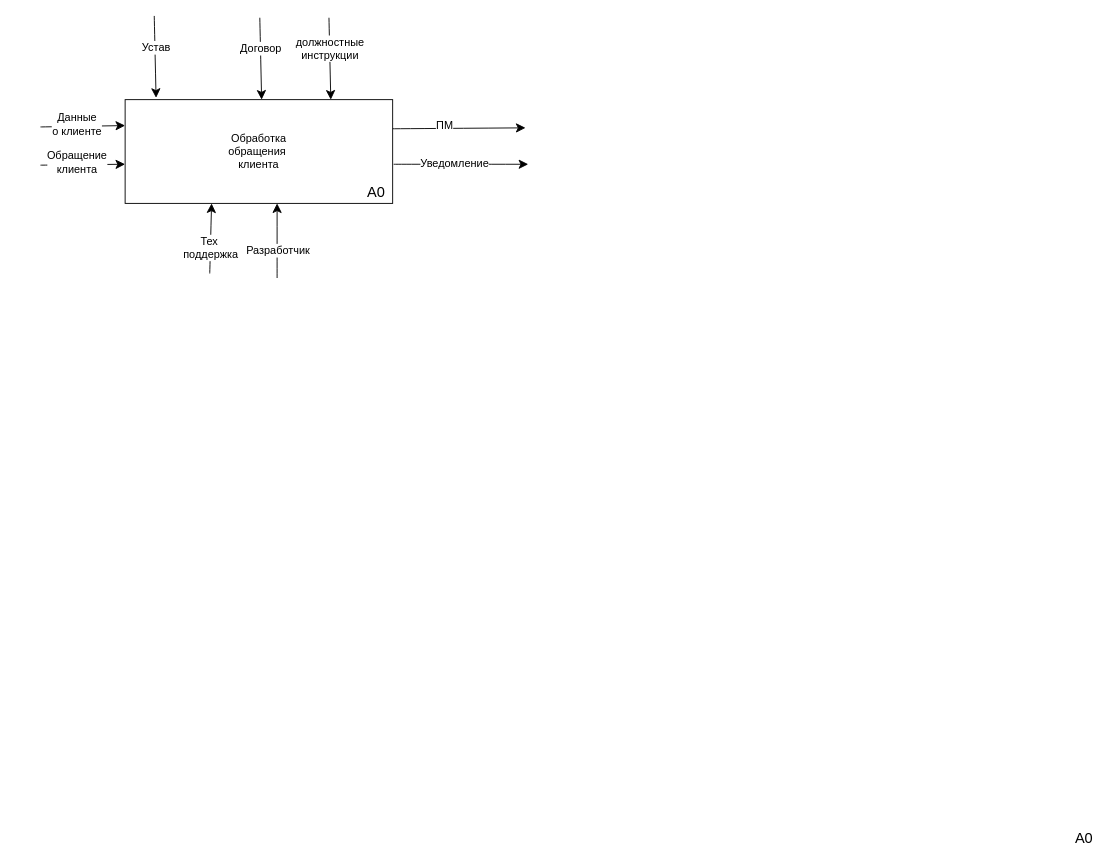
Earlier version of the draw.io diagram page "as а0" (1 of 4) of ДИПЛОМ/Новая папка/idef0.drawio (semenovMaksWeb/biti). Source tidied: cells renumbered, new cells numbered last; positions are measured from the earlier drawing's top-left corner, leaving out a move shared by most shapes. Both pictures are drawn from the tidied source at 91%, with x=0, y=0 at pixel (40, 15).
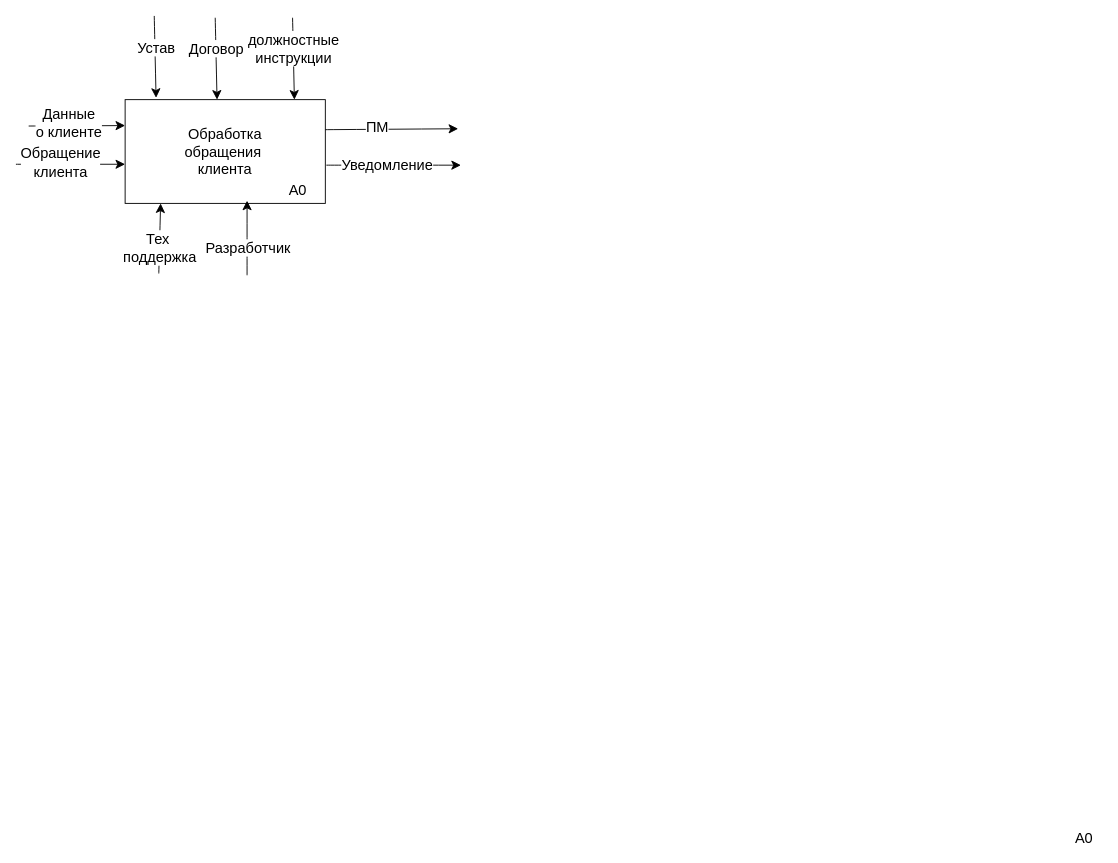
After the change.

The edit, as a diff of the source:
```diff
@@
-    <mxCell id="2" value="Обработка&lt;br&gt;обращения&amp;nbsp;&lt;br&gt;клиента" style="rounded=0;whiteSpace=wrap;html=1;" parent="1" vertex="1">
-      <mxGeometry x="93" y="92" width="294" height="114" as="geometry" />
+    <mxCell id="2" value="Обработка&lt;br&gt;обращения&amp;nbsp;&lt;br&gt;клиента" style="rounded=0;whiteSpace=wrap;html=1;fontSize=16;" parent="1" vertex="1">
+      <mxGeometry x="93" y="92" width="220" height="114" as="geometry" />
     </mxCell>
@@
     <mxCell id="4" value="А0" style="text;html=1;align=center;verticalAlign=middle;whiteSpace=wrap;rounded=0;fontSize=16;" parent="1" vertex="1">
-      <mxGeometry x="339" y="178" width="60" height="30" as="geometry" />
+      <mxGeometry x="253" y="176" width="60" height="30" as="geometry" />
     </mxCell>
-    <mxCell id="5" style="endArrow=classic;html=1;rounded=0;fontSize=12;startSize=8;endSize=8;curved=1;entryX=0;entryY=0.25;entryDx=0;entryDy=0;" parent="1" edge="1" target="2">
+    <mxCell id="5" style="endArrow=classic;html=1;rounded=0;fontSize=16;startSize=8;endSize=8;curved=1;entryX=0;entryY=0.25;entryDx=0;entryDy=0;" parent="1" edge="1" target="2">
       <mxGeometry relative="1" as="geometry">
-        <mxPoint y="122" as="sourcePoint" />
+        <mxPoint x="-13" y="121" as="sourcePoint" />
       </mxGeometry>
     </mxCell>
-    <mxCell id="6" value="Данные&lt;br&gt;о клиенте" style="edgeLabel;html=1;align=center;verticalAlign=middle;fontSize=12;" parent="5" vertex="1">
+    <mxCell id="6" value="Данные&lt;br&gt;о клиенте" style="edgeLabel;html=1;align=center;verticalAlign=middle;fontSize=16;" parent="5" vertex="1">
       <mxGeometry x="-0.36" y="3" relative="1" as="geometry">
         <mxPoint x="10" as="offset" />
       </mxGeometry>
     </mxCell>
-    <mxCell id="7" style="endArrow=classic;html=1;rounded=0;fontSize=12;startSize=8;endSize=8;curved=1;entryX=0;entryY=0.25;entryDx=0;entryDy=0;" parent="1" edge="1">
+    <mxCell id="7" style="endArrow=classic;html=1;rounded=0;fontSize=16;startSize=8;endSize=8;curved=1;entryX=0;entryY=0.25;entryDx=0;entryDy=0;" parent="1" edge="1">
       <mxGeometry relative="1" as="geometry">
-        <mxPoint y="164" as="sourcePoint" />
+        <mxPoint x="-27" y="163" as="sourcePoint" />
         <mxPoint x="93" y="163" as="targetPoint" />
       </mxGeometry>
     </mxCell>
-    <mxCell id="8" value="Обращение&lt;br&gt;клиента" style="edgeLabel;html=1;align=center;verticalAlign=middle;fontSize=12;" parent="7" vertex="1">
+    <mxCell id="8" value="Обращение&lt;br&gt;клиента" style="edgeLabel;html=1;align=center;verticalAlign=middle;fontSize=16;" parent="7" vertex="1">
       <mxGeometry x="-0.36" y="3" relative="1" as="geometry">
         <mxPoint x="10" as="offset" />
       </mxGeometry>
     </mxCell>
-    <mxCell id="9" style="endArrow=classic;html=1;rounded=0;fontSize=12;startSize=8;endSize=8;curved=1;" parent="1" edge="1">
+    <mxCell id="9" style="endArrow=classic;html=1;rounded=0;fontSize=16;startSize=8;endSize=8;curved=1;" parent="1" edge="1">
       <mxGeometry relative="1" as="geometry">
         <mxPoint x="125" as="sourcePoint" />
         <mxPoint x="127" y="90" as="targetPoint" />
       </mxGeometry>
     </mxCell>
-    <mxCell id="10" value="Устав" style="edgeLabel;html=1;align=center;verticalAlign=middle;fontSize=12;" parent="9" vertex="1">
+    <mxCell id="10" value="Устав" style="edgeLabel;html=1;align=center;verticalAlign=middle;fontSize=16;" parent="9" vertex="1">
       <mxGeometry x="-0.25" relative="1" as="geometry">
         <mxPoint x="1" y="1" as="offset" />
       </mxGeometry>
     </mxCell>
-    <mxCell id="11" style="endArrow=classic;html=1;rounded=0;fontSize=12;startSize=8;endSize=8;curved=1;" parent="1" edge="1">
+    <mxCell id="11" style="endArrow=classic;html=1;rounded=0;fontSize=16;startSize=8;endSize=8;curved=1;" parent="1" edge="1">
       <mxGeometry relative="1" as="geometry">
-        <mxPoint x="241" y="2" as="sourcePoint" />
-        <mxPoint x="243" y="92" as="targetPoint" />
+        <mxPoint x="192" y="2" as="sourcePoint" />
+        <mxPoint x="194" y="92" as="targetPoint" />
       </mxGeometry>
     </mxCell>
-    <mxCell id="12" value="Договор" style="edgeLabel;html=1;align=center;verticalAlign=middle;fontSize=12;" parent="11" vertex="1">
+    <mxCell id="12" value="Договор" style="edgeLabel;html=1;align=center;verticalAlign=middle;fontSize=16;" parent="11" vertex="1">
       <mxGeometry x="-0.25" relative="1" as="geometry" />
     </mxCell>
-    <mxCell id="13" style="endArrow=classic;html=1;rounded=0;fontSize=12;startSize=8;endSize=8;curved=1;" parent="1" edge="1">
+    <mxCell id="13" style="endArrow=classic;html=1;rounded=0;fontSize=16;startSize=8;endSize=8;curved=1;" parent="1" edge="1">
       <mxGeometry relative="1" as="geometry">
-        <mxPoint x="317" y="2" as="sourcePoint" />
-        <mxPoint x="319" y="92" as="targetPoint" />
+        <mxPoint x="277" y="2" as="sourcePoint" />
+        <mxPoint x="279" y="92" as="targetPoint" />
       </mxGeometry>
     </mxCell>
-    <mxCell id="14" value="должностные&lt;div&gt;инструкции&lt;/div&gt;" style="edgeLabel;html=1;align=center;verticalAlign=middle;fontSize=12;" parent="13" vertex="1">
+    <mxCell id="14" value="должностные&lt;div&gt;инструкции&lt;/div&gt;" style="edgeLabel;html=1;align=center;verticalAlign=middle;fontSize=16;" parent="13" vertex="1">
       <mxGeometry x="-0.25" relative="1" as="geometry" />
     </mxCell>
-    <mxCell id="15" style="endArrow=classic;html=1;rounded=0;fontSize=12;startSize=8;endSize=8;curved=1;" parent="1" edge="1">
+    <mxCell id="15" style="endArrow=classic;html=1;rounded=0;fontSize=16;startSize=8;endSize=8;curved=1;" parent="1" edge="1">
       <mxGeometry relative="1" as="geometry">
-        <mxPoint x="387" y="124" as="sourcePoint" />
-        <mxPoint x="533" y="123" as="targetPoint" />
+        <mxPoint x="313" y="125" as="sourcePoint" />
+        <mxPoint x="459" y="124" as="targetPoint" />
       </mxGeometry>
     </mxCell>
-    <mxCell id="16" value="ПМ" style="edgeLabel;html=1;align=center;verticalAlign=middle;fontSize=12;" parent="15" vertex="1">
+    <mxCell id="16" value="ПМ" style="edgeLabel;html=1;align=center;verticalAlign=middle;fontSize=16;" parent="15" vertex="1">
       <mxGeometry x="-0.36" y="3" relative="1" as="geometry">
         <mxPoint x="10" as="offset" />
       </mxGeometry>
     </mxCell>
-    <mxCell id="17" style="endArrow=classic;html=1;rounded=0;fontSize=12;startSize=8;endSize=8;curved=1;exitX=0.99;exitY=0.623;exitDx=0;exitDy=0;exitPerimeter=0;" parent="1" edge="1">
+    <mxCell id="17" style="endArrow=classic;html=1;rounded=0;fontSize=16;startSize=8;endSize=8;curved=1;exitX=0.99;exitY=0.623;exitDx=0;exitDy=0;exitPerimeter=0;" parent="1" edge="1">
       <mxGeometry relative="1" as="geometry">
-        <mxPoint x="388.1" y="163" as="sourcePoint" />
-        <mxPoint x="536" y="163" as="targetPoint" />
+        <mxPoint x="314.1" y="164" as="sourcePoint" />
+        <mxPoint x="462" y="164" as="targetPoint" />
       </mxGeometry>
     </mxCell>
-    <mxCell id="18" value="Уведомление" style="edgeLabel;html=1;align=center;verticalAlign=middle;fontSize=12;" parent="17" vertex="1">
+    <mxCell id="18" value="Уведомление" style="edgeLabel;html=1;align=center;verticalAlign=middle;fontSize=16;" parent="17" vertex="1">
       <mxGeometry x="-0.38" y="1" relative="1" as="geometry">
         <mxPoint x="20" as="offset" />
       </mxGeometry>
     </mxCell>
-    <mxCell id="19" style="endArrow=classic;html=1;rounded=0;fontSize=12;startSize=8;endSize=8;curved=1;entryX=0.143;entryY=1.009;entryDx=0;entryDy=0;entryPerimeter=0;" parent="1" edge="1">
+    <mxCell id="19" style="endArrow=classic;html=1;rounded=0;fontSize=16;startSize=8;endSize=8;curved=1;entryX=0.143;entryY=1.009;entryDx=0;entryDy=0;entryPerimeter=0;" parent="1" edge="1">
       <mxGeometry relative="1" as="geometry">
-        <mxPoint x="186" y="283" as="sourcePoint" />
-        <mxPoint x="188" y="206" as="targetPoint" />
+        <mxPoint x="130" y="283" as="sourcePoint" />
+        <mxPoint x="132" y="206" as="targetPoint" />
       </mxGeometry>
     </mxCell>
-    <mxCell id="20" value="Тех&amp;nbsp;&lt;br&gt;поддержка" style="edgeLabel;html=1;align=center;verticalAlign=middle;fontSize=12;" parent="19" vertex="1">
+    <mxCell id="20" value="Тех&amp;nbsp;&lt;br&gt;поддержка" style="edgeLabel;html=1;align=center;verticalAlign=middle;fontSize=16;" parent="19" vertex="1">
       <mxGeometry x="-0.25" relative="1" as="geometry" />
     </mxCell>
-    <mxCell id="21" style="endArrow=classic;html=1;rounded=0;fontSize=12;startSize=8;endSize=8;curved=1;entryX=0.143;entryY=1.009;entryDx=0;entryDy=0;entryPerimeter=0;" parent="1" edge="1">
+    <mxCell id="21" style="endArrow=classic;html=1;rounded=0;fontSize=16;startSize=8;endSize=8;curved=1;entryX=0.143;entryY=1.009;entryDx=0;entryDy=0;entryPerimeter=0;" parent="1" edge="1">
       <mxGeometry relative="1" as="geometry">
-        <mxPoint x="260" y="288" as="sourcePoint" />
-        <mxPoint x="260" y="206" as="targetPoint" />
+        <mxPoint x="227" y="285" as="sourcePoint" />
+        <mxPoint x="227" y="203" as="targetPoint" />
       </mxGeometry>
     </mxCell>
-    <mxCell id="22" value="Разработчик" style="edgeLabel;html=1;align=center;verticalAlign=middle;fontSize=12;" parent="21" vertex="1">
+    <mxCell id="22" value="Разработчик" style="edgeLabel;html=1;align=center;verticalAlign=middle;fontSize=16;" parent="21" vertex="1">
       <mxGeometry x="-0.25" relative="1" as="geometry" />
     </mxCell>
```
